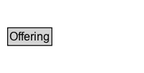
Before: docs/diagrams/Offering.dot.png, a diagram exported from Graphviz (k-vaughn/ontology-import-gr). Its source is kept beside it as docs/diagrams/Offering.dot. The source it was exported from:
```dot
digraph {
	graph [overlap=false rankdir=TB splines=true]
	node [fontname=Arial fontsize=12 margin=0 shape=none]
	edge [fontname=Arial fontsize=11]
	Offering [label=<<TABLE BORDER="1" CELLBORDER="0" CELLSPACING="0" CELLPADDING="1"><TR><TD BGCOLOR="lightgray" ALIGN="CENTER">Offering</TD></TR></TABLE>> URL="../Offering" margin=0]
	{
		rank=max
	}
	subgraph cluster_associated {
		label="" style=invis
		Invis [label=<<TABLE BORDER="0" CELLBORDER="0" CELLSPACING="0" CELLPADDING="1"><TR><TD></TD></TR></TABLE>> margin=0 style=invis]
	}
}
```
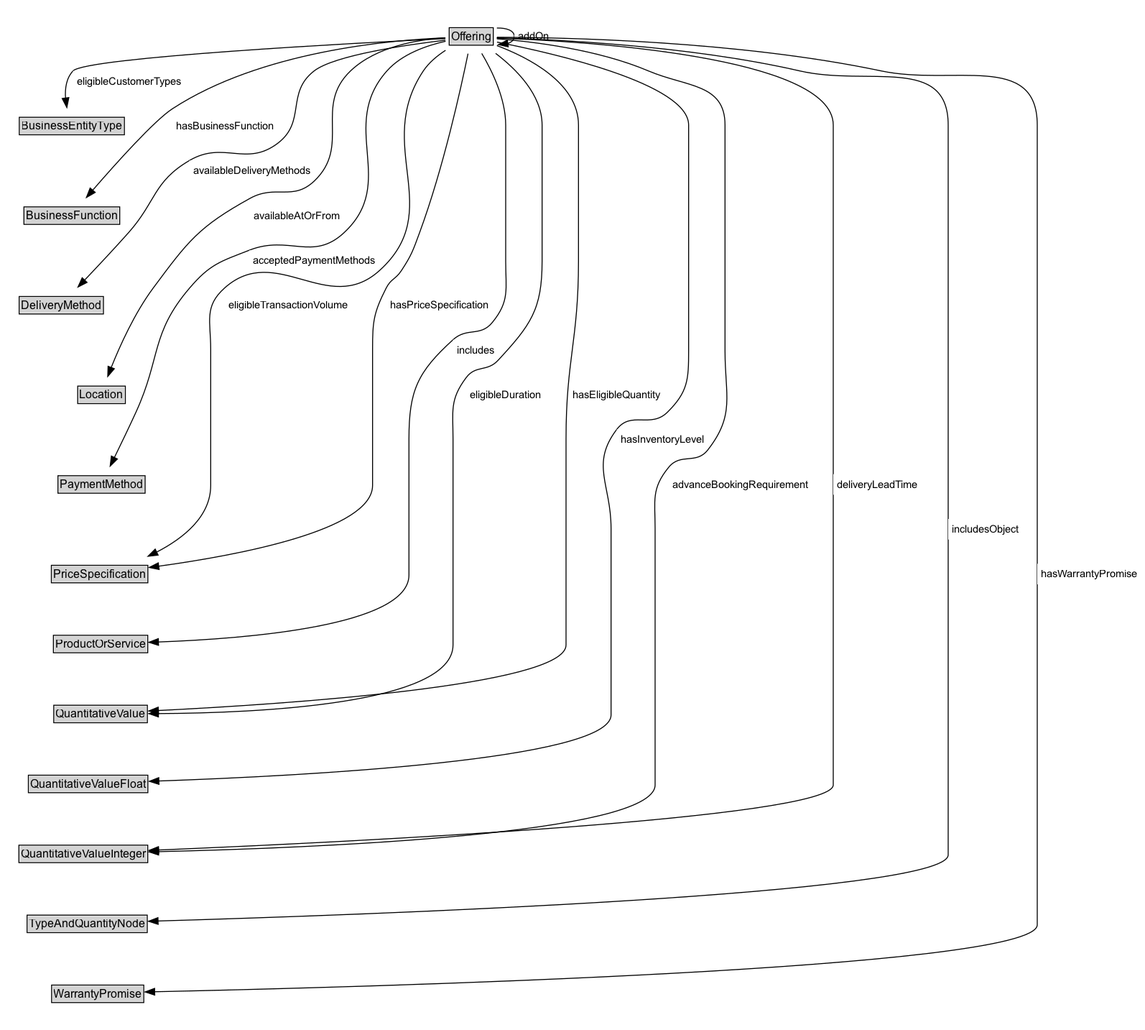
The same diagram one commit later.

What changed in the source:
```diff
@@ -2,12 +2,69 @@
 	graph [overlap=false rankdir=TB splines=true]
 	node [fontname=Arial fontsize=12 margin=0 shape=none]
 	edge [fontname=Arial fontsize=11]
-	Offering [label=<<TABLE BORDER="1" CELLBORDER="0" CELLSPACING="0" CELLPADDING="1"><TR><TD BGCOLOR="lightgray" ALIGN="CENTER">Offering</TD></TR></TABLE>> URL="../Offering" margin=0]
+	{
+		rank=source
+	}
+	Offering [label=<<TABLE BORDER="1" CELLBORDER="0" CELLSPACING="0" CELLPADDING="1"><TR><TD BGCOLOR="lightgray" ALIGN="CENTER">Offering</TD></TR><TR><TD ALIGN="LEFT">availabilityEnds : xsd:dateTime</TD></TR><TR><TD ALIGN="LEFT">availabilityStarts : xsd:dateTime</TD></TR><TR><TD ALIGN="LEFT">category : rdfs:Literal</TD></TR><TR><TD ALIGN="LEFT">condition : rdfs:Literal</TD></TR><TR><TD ALIGN="LEFT">description : rdfs:Literal</TD></TR><TR><TD ALIGN="LEFT">eligibleRegions : xsd:string</TD></TR><TR><TD ALIGN="LEFT">hasEAN_UCC-13 : xsd:string</TD></TR><TR><TD ALIGN="LEFT">hasGTIN-14 : xsd:string</TD></TR><TR><TD ALIGN="LEFT">hasGTIN-8 : xsd:string</TD></TR><TR><TD ALIGN="LEFT">hasMPN : xsd:string</TD></TR><TR><TD ALIGN="LEFT">hasStockKeepingUnit : xsd:string</TD></TR><TR><TD ALIGN="LEFT">name : rdfs:Literal</TD></TR><TR><TD ALIGN="LEFT">serialNumber : xsd:string</TD></TR><TR><TD ALIGN="LEFT">validFrom : xsd:dateTime</TD></TR><TR><TD ALIGN="LEFT">validThrough : xsd:dateTime</TD></TR></TABLE>> URL="../Offering" margin=0]
 	{
 		rank=max
 	}
 	subgraph cluster_associated {
 		label="" style=invis
 		Invis [label=<<TABLE BORDER="0" CELLBORDER="0" CELLSPACING="0" CELLPADDING="1"><TR><TD></TD></TR></TABLE>> margin=0 style=invis]
+		BusinessEntityType [label=<<TABLE BORDER="1" CELLBORDER="0" CELLSPACING="0" CELLPADDING="1"><TR><TD BGCOLOR="lightgray" ALIGN="CENTER">BusinessEntityType</TD></TR></TABLE>> URL="../BusinessEntityType" margin=0]
+		BusinessFunction [label=<<TABLE BORDER="1" CELLBORDER="0" CELLSPACING="0" CELLPADDING="1"><TR><TD BGCOLOR="lightgray" ALIGN="CENTER">BusinessFunction</TD></TR></TABLE>> URL="../BusinessFunction" margin=0]
+		DeliveryMethod [label=<<TABLE BORDER="1" CELLBORDER="0" CELLSPACING="0" CELLPADDING="1"><TR><TD BGCOLOR="lightgray" ALIGN="CENTER">DeliveryMethod</TD></TR></TABLE>> URL="../DeliveryMethod" margin=0]
+		Location [label=<<TABLE BORDER="1" CELLBORDER="0" CELLSPACING="0" CELLPADDING="1"><TR><TD BGCOLOR="lightgray" ALIGN="CENTER">Location</TD></TR></TABLE>> URL="../Location" margin=0]
+		PaymentMethod [label=<<TABLE BORDER="1" CELLBORDER="0" CELLSPACING="0" CELLPADDING="1"><TR><TD BGCOLOR="lightgray" ALIGN="CENTER">PaymentMethod</TD></TR></TABLE>> URL="../PaymentMethod" margin=0]
+		PriceSpecification [label=<<TABLE BORDER="1" CELLBORDER="0" CELLSPACING="0" CELLPADDING="1"><TR><TD BGCOLOR="lightgray" ALIGN="CENTER">PriceSpecification</TD></TR></TABLE>> URL="../PriceSpecification" margin=0]
+		ProductOrService [label=<<TABLE BORDER="1" CELLBORDER="0" CELLSPACING="0" CELLPADDING="1"><TR><TD BGCOLOR="lightgray" ALIGN="CENTER">ProductOrService</TD></TR></TABLE>> URL="../ProductOrService" margin=0]
+		QuantitativeValue [label=<<TABLE BORDER="1" CELLBORDER="0" CELLSPACING="0" CELLPADDING="1"><TR><TD BGCOLOR="lightgray" ALIGN="CENTER">QuantitativeValue</TD></TR></TABLE>> URL="../QuantitativeValue" margin=0]
+		QuantitativeValueFloat [label=<<TABLE BORDER="1" CELLBORDER="0" CELLSPACING="0" CELLPADDING="1"><TR><TD BGCOLOR="lightgray" ALIGN="CENTER">QuantitativeValueFloat</TD></TR></TABLE>> URL="../QuantitativeValueFloat" margin=0]
+		QuantitativeValueInteger [label=<<TABLE BORDER="1" CELLBORDER="0" CELLSPACING="0" CELLPADDING="1"><TR><TD BGCOLOR="lightgray" ALIGN="CENTER">QuantitativeValueInteger</TD></TR></TABLE>> URL="../QuantitativeValueInteger" margin=0]
+		TypeAndQuantityNode [label=<<TABLE BORDER="1" CELLBORDER="0" CELLSPACING="0" CELLPADDING="1"><TR><TD BGCOLOR="lightgray" ALIGN="CENTER">TypeAndQuantityNode</TD></TR></TABLE>> URL="../TypeAndQuantityNode" margin=0]
+		WarrantyPromise [label=<<TABLE BORDER="1" CELLBORDER="0" CELLSPACING="0" CELLPADDING="1"><TR><TD BGCOLOR="lightgray" ALIGN="CENTER">WarrantyPromise</TD></TR></TABLE>> URL="../WarrantyPromise" margin=0]
 	}
+	Offering -> Invis [style=invis]
+	Invis -> BusinessEntityType [style=invis]
+	BusinessEntityType -> BusinessFunction [style=invis]
+	BusinessFunction -> DeliveryMethod [style=invis]
+	DeliveryMethod -> Location [style=invis]
+	Location -> PaymentMethod [style=invis]
+	PaymentMethod -> PriceSpecification [style=invis]
+	PriceSpecification -> ProductOrService [style=invis]
+	ProductOrService -> QuantitativeValue [style=invis]
+	QuantitativeValue -> QuantitativeValueFloat [style=invis]
+	QuantitativeValueFloat -> QuantitativeValueInteger [style=invis]
+	QuantitativeValueInteger -> TypeAndQuantityNode [style=invis]
+	TypeAndQuantityNode -> WarrantyPromise [style=invis]
+	PaymentMethod [label=<<TABLE BORDER="1" CELLBORDER="0" CELLSPACING="0" CELLPADDING="1"><TR><TD BGCOLOR="lightgray" ALIGN="CENTER">PaymentMethod</TD></TR></TABLE>> URL="../PaymentMethod" margin=0]
+	Offering -> PaymentMethod [label=<<TABLE BORDER="0" CELLBORDER="0" CELLSPACING="0" CELLPADDING="4" BGCOLOR="white"><TR><TD ALIGN="CENTER">acceptedPaymentMethods</TD></TR></TABLE>> arrowhead=normal style=solid]
+	Offering [label=<<TABLE BORDER="1" CELLBORDER="0" CELLSPACING="0" CELLPADDING="1"><TR><TD BGCOLOR="lightgray" ALIGN="CENTER">Offering</TD></TR></TABLE>> URL="../Offering" margin=0]
+	Offering -> Offering [label=<<TABLE BORDER="0" CELLBORDER="0" CELLSPACING="0" CELLPADDING="4" BGCOLOR="white"><TR><TD ALIGN="CENTER">addOn</TD></TR></TABLE>> arrowhead=normal style=solid]
+	QuantitativeValueInteger [label=<<TABLE BORDER="1" CELLBORDER="0" CELLSPACING="0" CELLPADDING="1"><TR><TD BGCOLOR="lightgray" ALIGN="CENTER">QuantitativeValueInteger</TD></TR></TABLE>> URL="../QuantitativeValueInteger" margin=0]
+	Offering -> QuantitativeValueInteger [label=<<TABLE BORDER="0" CELLBORDER="0" CELLSPACING="0" CELLPADDING="4" BGCOLOR="white"><TR><TD ALIGN="CENTER">advanceBookingRequirement</TD></TR></TABLE>> arrowhead=normal style=solid]
+	Location [label=<<TABLE BORDER="1" CELLBORDER="0" CELLSPACING="0" CELLPADDING="1"><TR><TD BGCOLOR="lightgray" ALIGN="CENTER">Location</TD></TR></TABLE>> URL="../Location" margin=0]
+	Offering -> Location [label=<<TABLE BORDER="0" CELLBORDER="0" CELLSPACING="0" CELLPADDING="4" BGCOLOR="white"><TR><TD ALIGN="CENTER">availableAtOrFrom</TD></TR></TABLE>> arrowhead=normal style=solid]
+	DeliveryMethod [label=<<TABLE BORDER="1" CELLBORDER="0" CELLSPACING="0" CELLPADDING="1"><TR><TD BGCOLOR="lightgray" ALIGN="CENTER">DeliveryMethod</TD></TR></TABLE>> URL="../DeliveryMethod" margin=0]
+	Offering -> DeliveryMethod [label=<<TABLE BORDER="0" CELLBORDER="0" CELLSPACING="0" CELLPADDING="4" BGCOLOR="white"><TR><TD ALIGN="CENTER">availableDeliveryMethods</TD></TR></TABLE>> arrowhead=normal style=solid]
+	Offering -> QuantitativeValueInteger [label=<<TABLE BORDER="0" CELLBORDER="0" CELLSPACING="0" CELLPADDING="4" BGCOLOR="white"><TR><TD ALIGN="CENTER">deliveryLeadTime</TD></TR></TABLE>> arrowhead=normal style=solid]
+	BusinessEntityType [label=<<TABLE BORDER="1" CELLBORDER="0" CELLSPACING="0" CELLPADDING="1"><TR><TD BGCOLOR="lightgray" ALIGN="CENTER">BusinessEntityType</TD></TR></TABLE>> URL="../BusinessEntityType" margin=0]
+	Offering -> BusinessEntityType [label=<<TABLE BORDER="0" CELLBORDER="0" CELLSPACING="0" CELLPADDING="4" BGCOLOR="white"><TR><TD ALIGN="CENTER">eligibleCustomerTypes</TD></TR></TABLE>> arrowhead=normal style=solid]
+	QuantitativeValue [label=<<TABLE BORDER="1" CELLBORDER="0" CELLSPACING="0" CELLPADDING="1"><TR><TD BGCOLOR="lightgray" ALIGN="CENTER">QuantitativeValue</TD></TR></TABLE>> URL="../QuantitativeValue" margin=0]
+	Offering -> QuantitativeValue [label=<<TABLE BORDER="0" CELLBORDER="0" CELLSPACING="0" CELLPADDING="4" BGCOLOR="white"><TR><TD ALIGN="CENTER">eligibleDuration</TD></TR></TABLE>> arrowhead=normal style=solid]
+	PriceSpecification [label=<<TABLE BORDER="1" CELLBORDER="0" CELLSPACING="0" CELLPADDING="1"><TR><TD BGCOLOR="lightgray" ALIGN="CENTER">PriceSpecification</TD></TR></TABLE>> URL="../PriceSpecification" margin=0]
+	Offering -> PriceSpecification [label=<<TABLE BORDER="0" CELLBORDER="0" CELLSPACING="0" CELLPADDING="4" BGCOLOR="white"><TR><TD ALIGN="CENTER">eligibleTransactionVolume</TD></TR></TABLE>> arrowhead=normal style=solid]
+	BusinessFunction [label=<<TABLE BORDER="1" CELLBORDER="0" CELLSPACING="0" CELLPADDING="1"><TR><TD BGCOLOR="lightgray" ALIGN="CENTER">BusinessFunction</TD></TR></TABLE>> URL="../BusinessFunction" margin=0]
+	Offering -> BusinessFunction [label=<<TABLE BORDER="0" CELLBORDER="0" CELLSPACING="0" CELLPADDING="4" BGCOLOR="white"><TR><TD ALIGN="CENTER">hasBusinessFunction</TD></TR></TABLE>> arrowhead=normal style=solid]
+	Offering -> QuantitativeValue [label=<<TABLE BORDER="0" CELLBORDER="0" CELLSPACING="0" CELLPADDING="4" BGCOLOR="white"><TR><TD ALIGN="CENTER">hasEligibleQuantity</TD></TR></TABLE>> arrowhead=normal style=solid]
+	QuantitativeValueFloat [label=<<TABLE BORDER="1" CELLBORDER="0" CELLSPACING="0" CELLPADDING="1"><TR><TD BGCOLOR="lightgray" ALIGN="CENTER">QuantitativeValueFloat</TD></TR></TABLE>> URL="../QuantitativeValueFloat" margin=0]
+	Offering -> QuantitativeValueFloat [label=<<TABLE BORDER="0" CELLBORDER="0" CELLSPACING="0" CELLPADDING="4" BGCOLOR="white"><TR><TD ALIGN="CENTER">hasInventoryLevel</TD></TR></TABLE>> arrowhead=normal style=solid]
+	Offering -> PriceSpecification [label=<<TABLE BORDER="0" CELLBORDER="0" CELLSPACING="0" CELLPADDING="4" BGCOLOR="white"><TR><TD ALIGN="CENTER">hasPriceSpecification</TD></TR></TABLE>> arrowhead=normal style=solid]
+	WarrantyPromise [label=<<TABLE BORDER="1" CELLBORDER="0" CELLSPACING="0" CELLPADDING="1"><TR><TD BGCOLOR="lightgray" ALIGN="CENTER">WarrantyPromise</TD></TR></TABLE>> URL="../WarrantyPromise" margin=0]
+	Offering -> WarrantyPromise [label=<<TABLE BORDER="0" CELLBORDER="0" CELLSPACING="0" CELLPADDING="4" BGCOLOR="white"><TR><TD ALIGN="CENTER">hasWarrantyPromise</TD></TR></TABLE>> arrowhead=normal style=solid]
+	ProductOrService [label=<<TABLE BORDER="1" CELLBORDER="0" CELLSPACING="0" CELLPADDING="1"><TR><TD BGCOLOR="lightgray" ALIGN="CENTER">ProductOrService</TD></TR></TABLE>> URL="../ProductOrService" margin=0]
+	Offering -> ProductOrService [label=<<TABLE BORDER="0" CELLBORDER="0" CELLSPACING="0" CELLPADDING="4" BGCOLOR="white"><TR><TD ALIGN="CENTER">includes</TD></TR></TABLE>> arrowhead=normal style=solid]
+	TypeAndQuantityNode [label=<<TABLE BORDER="1" CELLBORDER="0" CELLSPACING="0" CELLPADDING="1"><TR><TD BGCOLOR="lightgray" ALIGN="CENTER">TypeAndQuantityNode</TD></TR></TABLE>> URL="../TypeAndQuantityNode" margin=0]
+	Offering -> TypeAndQuantityNode [label=<<TABLE BORDER="0" CELLBORDER="0" CELLSPACING="0" CELLPADDING="4" BGCOLOR="white"><TR><TD ALIGN="CENTER">includesObject</TD></TR></TABLE>> arrowhead=normal style=solid]
 }
```
